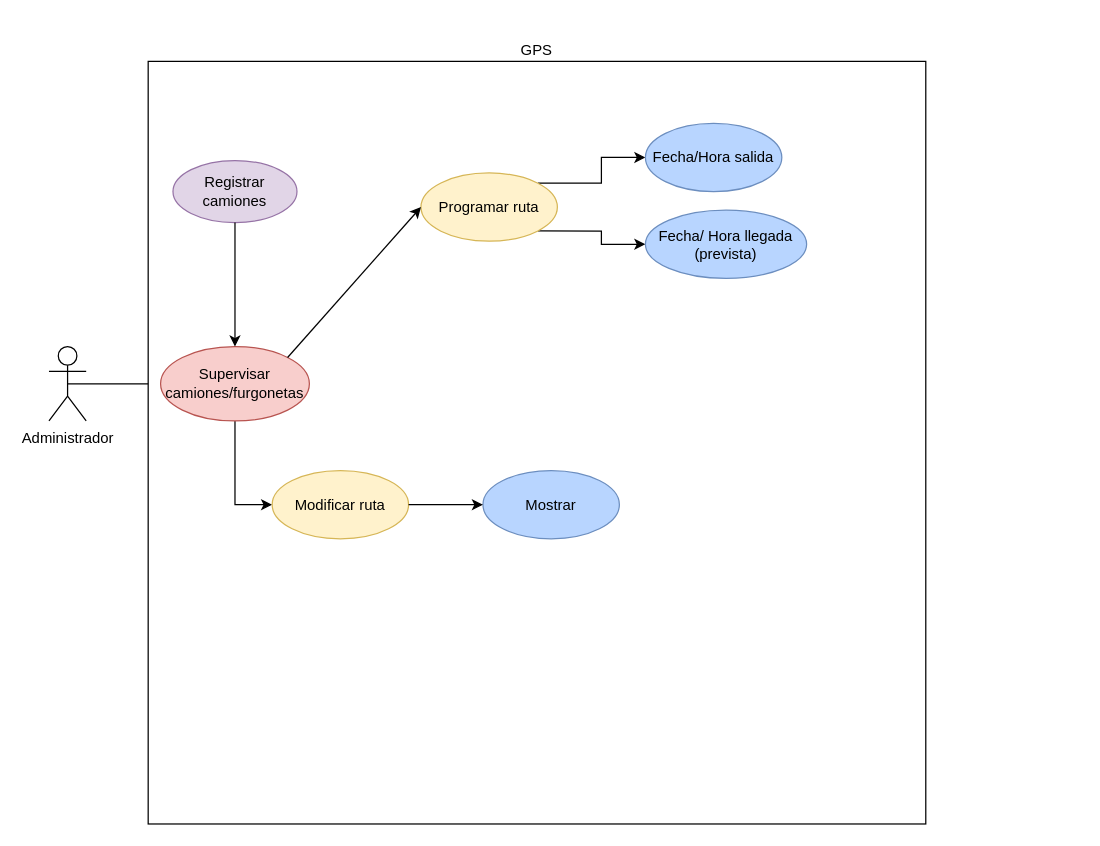
Above: Diagrama GPS.drawio in vmcabreu/calculoarea (draw.io), before the change. Source tidied: cells renumbered, new cells numbered last; positions are measured from the earlier drawing's top-left corner, leaving out a move shared by most shapes. Both pictures are drawn from the tidied source at 124%, with x=0, y=0 at pixel (48, 61).
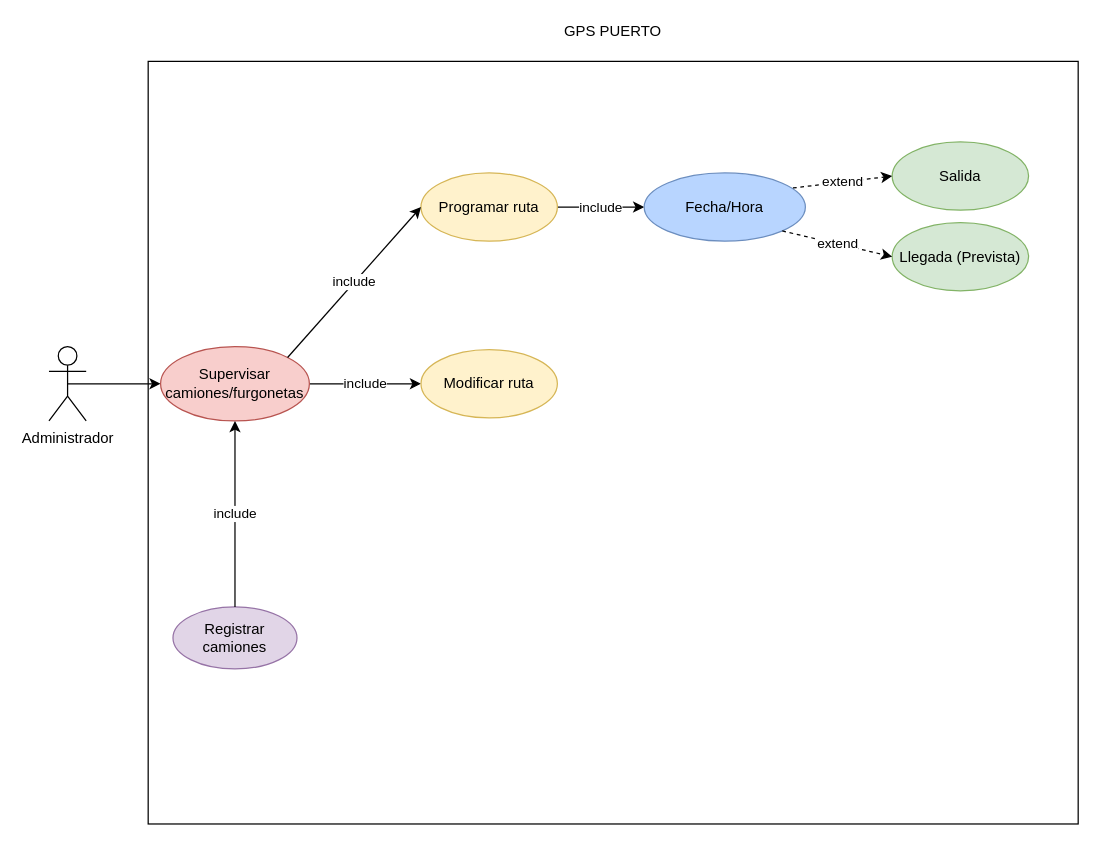
The same diagram, later.

What changed in the source:
```diff
@@
 <mxGraphModel>
   <root>
     <mxCell id="0" />
     <mxCell id="1" parent="0" />
+    <mxCell id="4" value="&lt;div&gt;GPS PUERTO&lt;/div&gt;&lt;div&gt;&lt;br&gt;&lt;/div&gt;" style="rounded=0;whiteSpace=wrap;html=1;direction=south;labelPosition=center;verticalLabelPosition=top;align=center;verticalAlign=bottom;fillOpacity=0;" parent="1" vertex="1">
+      <mxGeometry x="80" width="750" height="615" as="geometry" />
+    </mxCell>
-    <mxCell id="2" style="edgeStyle=orthogonalEdgeStyle;rounded=0;jettySize=auto;html=1;exitX=0.5;exitY=0.5;exitDx=0;exitDy=0;exitPerimeter=0;entryX=0;entryY=0.5;entryDx=0;entryDy=0;" parent="1" edge="1" source="3" target="6">
-      <mxGeometry relative="1" as="geometry" />
+    <mxCell id="2" style="edgeStyle=orthogonalEdgeStyle;rounded=0;jettySize=auto;html=1;exitX=0.5;exitY=0.5;exitDx=0;exitDy=0;exitPerimeter=0;" parent="1" edge="1" source="3">
+      <mxGeometry relative="1" as="geometry">
+        <mxPoint x="90" y="260" as="targetPoint" />
+      </mxGeometry>
     </mxCell>
     <mxCell id="3" value="Administrador" style="shape=umlActor;verticalLabelPosition=bottom;verticalAlign=top;html=1;outlineConnect=0;" parent="1" vertex="1">
       <mxGeometry y="230" width="30" height="60" as="geometry" />
     </mxCell>
-    <mxCell id="4" value="GPS" style="rounded=0;whiteSpace=wrap;html=1;direction=south;labelPosition=center;verticalLabelPosition=top;align=center;verticalAlign=bottom;" parent="1" vertex="1">
-      <mxGeometry x="80" width="627.1" height="615" as="geometry" />
-    </mxCell>
-    <mxCell id="5" style="edgeStyle=orthogonalEdgeStyle;rounded=0;jettySize=auto;html=1;exitX=0.5;exitY=1;exitDx=0;exitDy=0;entryX=0;entryY=0.5;entryDx=0;entryDy=0;" parent="1" edge="1" source="6" target="15">
+    <mxCell id="5" value="include" style="edgeStyle=orthogonalEdgeStyle;rounded=0;jettySize=auto;html=1;exitX=1;exitY=0.5;exitDx=0;exitDy=0;entryX=0;entryY=0.5;entryDx=0;entryDy=0;" parent="1" edge="1" source="6" target="15">
       <mxGeometry relative="1" as="geometry" />
     </mxCell>
     <mxCell id="6" value="Supervisar camiones/furgonetas" style="ellipse;whiteSpace=wrap;html=1;fillColor=#f8cecc;strokeColor=#b85450;" parent="1" vertex="1">
       <mxGeometry x="90" y="230" width="120" height="60" as="geometry" />
     </mxCell>
     <mxCell id="7" value="Registrar camiones" style="ellipse;whiteSpace=wrap;html=1;fillColor=#e1d5e7;strokeColor=#9673a6;" parent="1" vertex="1">
-      <mxGeometry x="100" y="80" width="100" height="50" as="geometry" />
+      <mxGeometry x="100" y="440" width="100" height="50" as="geometry" />
     </mxCell>
-    <mxCell id="8" style="edgeStyle=orthogonalEdgeStyle;rounded=0;jettySize=auto;html=1;exitX=1;exitY=0;exitDx=0;exitDy=0;entryX=0;entryY=0.5;entryDx=0;entryDy=0;" parent="1" edge="1" source="10" target="13">
-      <mxGeometry relative="1" as="geometry" />
-    </mxCell>
-    <mxCell id="9" style="edgeStyle=orthogonalEdgeStyle;rounded=0;jettySize=auto;html=1;exitX=1;exitY=1;exitDx=0;exitDy=0;" parent="1" edge="1" source="10" target="14">
+    <mxCell id="9" value="include" style="edgeStyle=orthogonalEdgeStyle;rounded=0;jettySize=auto;html=1;exitX=1;exitY=0.5;exitDx=0;exitDy=0;" parent="1" edge="1" source="10" target="14">
       <mxGeometry relative="1" as="geometry" />
     </mxCell>
     <mxCell id="10" value="Programar ruta" style="ellipse;whiteSpace=wrap;html=1;fillColor=#fff2cc;strokeColor=#d6b656;" parent="1" vertex="1">
       <mxGeometry x="300" y="90" width="110" height="55" as="geometry" />
     </mxCell>
-    <mxCell id="11" style="endArrow=classic;html=1;rounded=0;exitX=0.5;exitY=1;exitDx=0;exitDy=0;entryX=0.5;entryY=0;entryDx=0;entryDy=0;" parent="1" edge="1" source="7" target="6">
+    <mxCell id="11" value="include" style="endArrow=classic;html=1;rounded=0;entryX=0.5;entryY=1;entryDx=0;entryDy=0;" parent="1" edge="1" source="7" target="6">
       <mxGeometry relative="1" as="geometry" />
     </mxCell>
-    <mxCell id="12" style="endArrow=classic;html=1;rounded=0;entryX=0;entryY=0.5;entryDx=0;entryDy=0;exitX=1;exitY=0;exitDx=0;exitDy=0;" parent="1" edge="1" source="6" target="10">
+    <mxCell id="12" value="include" style="endArrow=classic;html=1;rounded=0;entryX=0;entryY=0.5;entryDx=0;entryDy=0;exitX=1;exitY=0;exitDx=0;exitDy=0;" parent="1" edge="1" source="6" target="10">
       <mxGeometry relative="1" as="geometry" />
     </mxCell>
-    <mxCell id="13" value="Fecha/Hora salida" style="ellipse;whiteSpace=wrap;html=1;fillColor=#B8D5FF;strokeColor=#6c8ebf;" parent="1" vertex="1">
-      <mxGeometry x="481" y="50" width="110" height="55" as="geometry" />
-    </mxCell>
-    <mxCell id="14" value="Fecha/ Hora llegada (prevista)" style="ellipse;whiteSpace=wrap;html=1;fillColor=#B8D5FF;strokeColor=#6c8ebf;" parent="1" vertex="1">
-      <mxGeometry x="481" y="120" width="130" height="55" as="geometry" />
+    <mxCell id="14" value="Fecha/Hora" style="ellipse;whiteSpace=wrap;html=1;fillColor=#B8D5FF;strokeColor=#6c8ebf;" parent="1" vertex="1">
+      <mxGeometry x="480" y="90" width="130" height="55" as="geometry" />
     </mxCell>
     <mxCell id="15" value="Modificar ruta" style="ellipse;whiteSpace=wrap;html=1;fillColor=#fff2cc;strokeColor=#d6b656;" parent="1" vertex="1">
-      <mxGeometry x="180" y="330" width="110" height="55" as="geometry" />
+      <mxGeometry x="300" y="232.5" width="110" height="55" as="geometry" />
     </mxCell>
-    <mxCell id="16" value="Mostrar" style="ellipse;whiteSpace=wrap;html=1;fillColor=#B8D5FF;strokeColor=#6c8ebf;" parent="1" vertex="1">
-      <mxGeometry x="350" y="330" width="110" height="55" as="geometry" />
-    </mxCell>
-    <mxCell id="17" style="endArrow=classic;html=1;rounded=0;exitX=1;exitY=0.5;exitDx=0;exitDy=0;entryX=0;entryY=0.5;entryDx=0;entryDy=0;" parent="1" edge="1" source="15" target="16">
-      <mxGeometry relative="1" as="geometry" />
-    </mxCell>
+    <mxCell id="18" value="Salida" style="ellipse;whiteSpace=wrap;html=1;fillColor=#d5e8d4;strokeColor=#82b366;" parent="1" vertex="1">
+      <mxGeometry x="680" y="65" width="110" height="55" as="geometry" />
+    </mxCell>
+    <mxCell id="19" value="Llegada (Prevista)" style="ellipse;whiteSpace=wrap;html=1;fillColor=#d5e8d4;strokeColor=#82b366;" parent="1" vertex="1">
+      <mxGeometry x="680" y="130" width="110" height="55" as="geometry" />
+    </mxCell>
+    <mxCell id="20" value="extend" style="endArrow=classic;html=1;rounded=0;exitX=0.923;exitY=0.22;exitDx=0;exitDy=0;entryX=0;entryY=0.5;entryDx=0;entryDy=0;exitPerimeter=0;dashed=1;" parent="1" edge="1" source="14" target="18">
+      <mxGeometry relative="1" as="geometry" />
+    </mxCell>
+    <mxCell id="21" value="extend" style="endArrow=classic;html=1;rounded=0;exitX=1;exitY=1;exitDx=0;exitDy=0;entryX=0;entryY=0.5;entryDx=0;entryDy=0;dashed=1;" parent="1" edge="1" source="14" target="19">
+      <mxGeometry relative="1" as="geometry" />
+    </mxCell>
   </root>
 </mxGraphModel>
```
